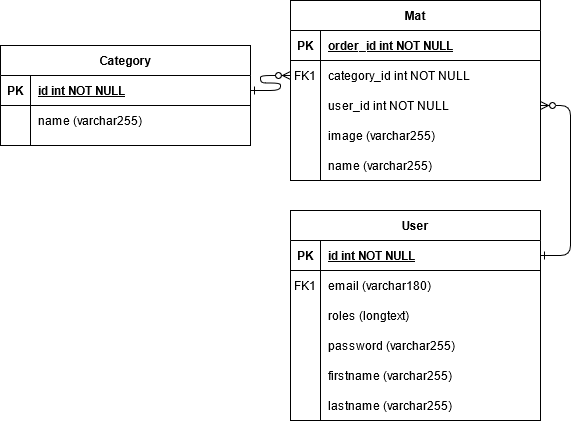
Before: documentation/ERDiagram.png, a diagram exported from draw.io (TimoHogeveen/BeebotOnline). Source tidied: cells renumbered, new cells last; positions are measured from the earlier drawing's top-left corner, leaving out a move shared by most shapes.
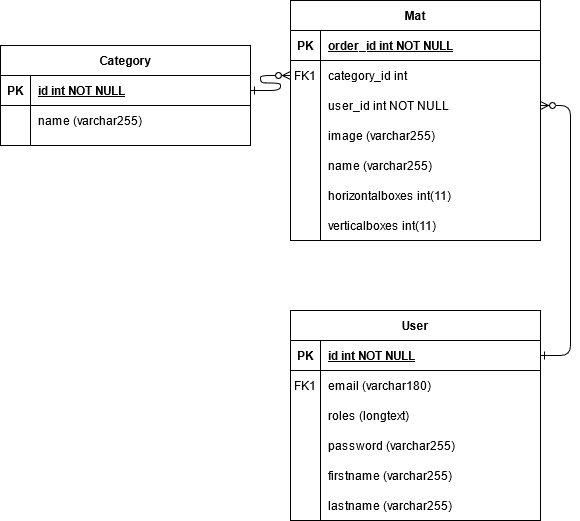
The same file after the commit.

What changed in the source:
```diff
@@ -9,7 +9,7 @@
       <mxGeometry relative="1" as="geometry" />
     </mxCell>
     <mxCell id="4" value="Mat" style="shape=table;startSize=30;rowLines=0;fontStyle=1;align=center;" parent="1" vertex="1">
-      <mxGeometry x="290" width="250" height="180" as="geometry" />
+      <mxGeometry x="290" width="250" height="240" as="geometry" />
     </mxCell>
     <mxCell id="5" style="shape=partialRectangle;fillColor=none;top=0;left=0;right=0;bottom=1;" parent="4" vertex="1">
       <mxGeometry y="30" width="250" height="30" as="geometry" />
@@ -26,7 +26,7 @@
     <mxCell id="9" value="FK1" style="shape=partialRectangle;overflow=hidden;fillColor=none;top=0;left=0;bottom=0;right=0;" parent="8" vertex="1">
       <mxGeometry width="30" height="30" as="geometry" />
     </mxCell>
-    <mxCell id="10" value="category_id int NOT NULL" style="shape=partialRectangle;overflow=hidden;fillColor=none;top=0;left=0;bottom=0;right=0;align=left;spacingLeft=6;" parent="8" vertex="1">
+    <mxCell id="10" value="category_id int" style="shape=partialRectangle;overflow=hidden;fillColor=none;top=0;left=0;bottom=0;right=0;align=left;spacingLeft=6;" parent="8" vertex="1">
       <mxGeometry x="30" width="220" height="30" as="geometry" />
     </mxCell>
     <mxCell id="11" style="shape=partialRectangle;fillColor=none;points=[[0,0.5],[1,0.5]];portConstraint=eastwest;top=0;left=0;right=0;bottom=0;" parent="4" vertex="1">
@@ -39,7 +39,7 @@
       <mxGeometry x="30" width="220" height="30" as="geometry" />
     </mxCell>
     <mxCell id="14" value="User" style="shape=table;startSize=30;rowLines=0;fontStyle=1;align=center;" parent="1" vertex="1">
-      <mxGeometry x="290" y="210" width="250" height="210" as="geometry" />
+      <mxGeometry x="290" y="310" width="250" height="210" as="geometry" />
     </mxCell>
     <mxCell id="15" style="shape=partialRectangle;fillColor=none;points=[[0,0.5],[1,0.5]];portConstraint=eastwest;top=0;left=0;right=0;bottom=1;" parent="14" vertex="1">
       <mxGeometry y="30" width="250" height="30" as="geometry" />
@@ -96,7 +96,7 @@
       <mxGeometry x="320" y="120" width="220" height="30" as="geometry" />
     </mxCell>
     <mxCell id="33" style="shape=partialRectangle;fillColor=none;top=0;left=0;right=0;bottom=0;" parent="1" vertex="1">
-      <mxGeometry x="290" y="330" width="250" height="30" as="geometry" />
+      <mxGeometry x="290" y="430" width="250" height="30" as="geometry" />
     </mxCell>
     <mxCell id="34" style="shape=partialRectangle;overflow=hidden;fillColor=none;top=0;left=0;bottom=0;right=0;" parent="33" vertex="1">
       <mxGeometry width="30" height="30" as="geometry" />
@@ -105,7 +105,7 @@
       <mxGeometry x="30" width="220" height="30" as="geometry" />
     </mxCell>
     <mxCell id="36" style="shape=partialRectangle;fillColor=none;top=0;left=0;right=0;bottom=0;" parent="1" vertex="1">
-      <mxGeometry x="290" y="360" width="250" height="30" as="geometry" />
+      <mxGeometry x="290" y="460" width="250" height="30" as="geometry" />
     </mxCell>
     <mxCell id="37" style="shape=partialRectangle;overflow=hidden;fillColor=none;top=0;left=0;bottom=0;right=0;" parent="36" vertex="1">
       <mxGeometry width="30" height="30" as="geometry" />
@@ -114,7 +114,7 @@
       <mxGeometry x="30" width="220" height="30" as="geometry" />
     </mxCell>
     <mxCell id="39" style="shape=partialRectangle;fillColor=none;top=0;left=0;right=0;bottom=0;" parent="1" vertex="1">
-      <mxGeometry x="290" y="390" width="250" height="30" as="geometry" />
+      <mxGeometry x="290" y="490" width="250" height="30" as="geometry" />
     </mxCell>
     <mxCell id="40" style="shape=partialRectangle;overflow=hidden;fillColor=none;top=0;left=0;bottom=0;right=0;" parent="39" vertex="1">
       <mxGeometry width="30" height="30" as="geometry" />
@@ -122,5 +122,11 @@
     <mxCell id="41" value="lastname (varchar255)" style="shape=partialRectangle;overflow=hidden;fillColor=none;top=0;left=0;bottom=0;right=0;align=left;spacingLeft=6;" parent="39" vertex="1">
       <mxGeometry x="30" width="220" height="30" as="geometry" />
     </mxCell>
+    <mxCell id="42" value="horizontalboxes int(11)" style="shape=partialRectangle;overflow=hidden;fillColor=none;top=0;left=0;bottom=0;right=0;align=left;spacingLeft=6;" parent="1" vertex="1">
+      <mxGeometry x="320" y="180" width="220" height="30" as="geometry" />
+    </mxCell>
+    <mxCell id="43" value="verticalboxes int(11)" style="shape=partialRectangle;overflow=hidden;fillColor=none;top=0;left=0;bottom=0;right=0;align=left;spacingLeft=6;" parent="1" vertex="1">
+      <mxGeometry x="320" y="210" width="220" height="30" as="geometry" />
+    </mxCell>
   </root>
 </mxGraphModel>
```
